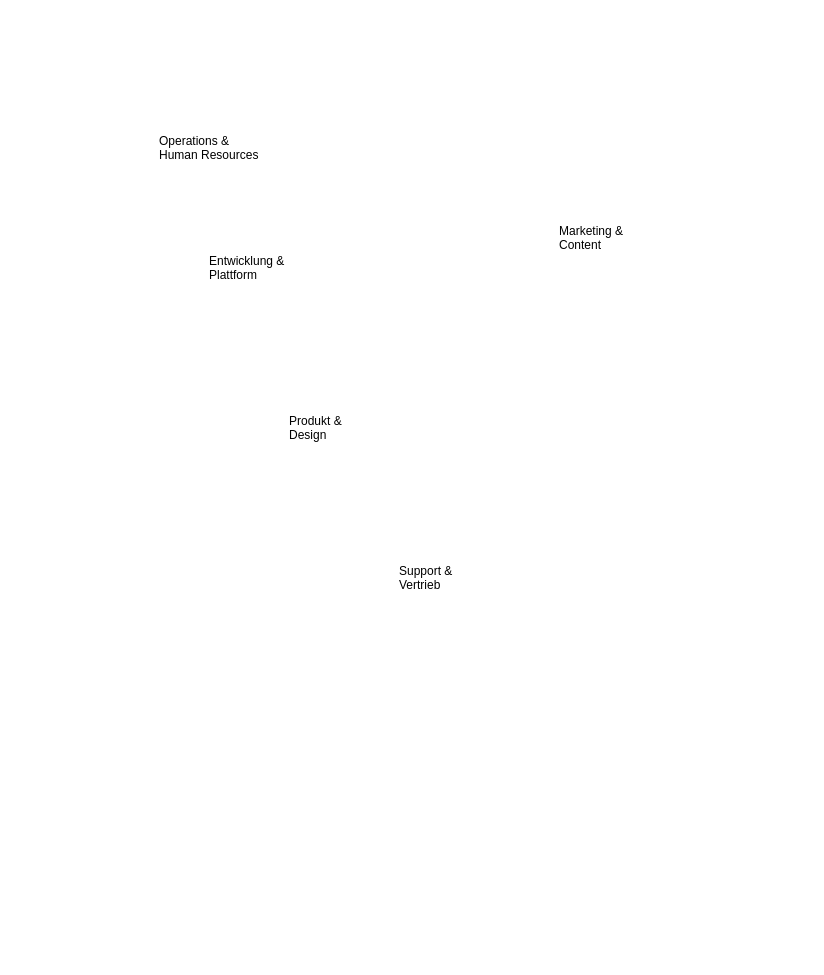
The draw.io diagram Başlıksız Diyagram.drawio in amurataksoy/Drafts, before the edit. Source tidied: cells renumbered, new cells numbered last; positions are measured from the earlier drawing's top-left corner, leaving out a move shared by most shapes. Both pictures are drawn from the tidied source at 100%, with x=0, y=0 at pixel (157, 127).
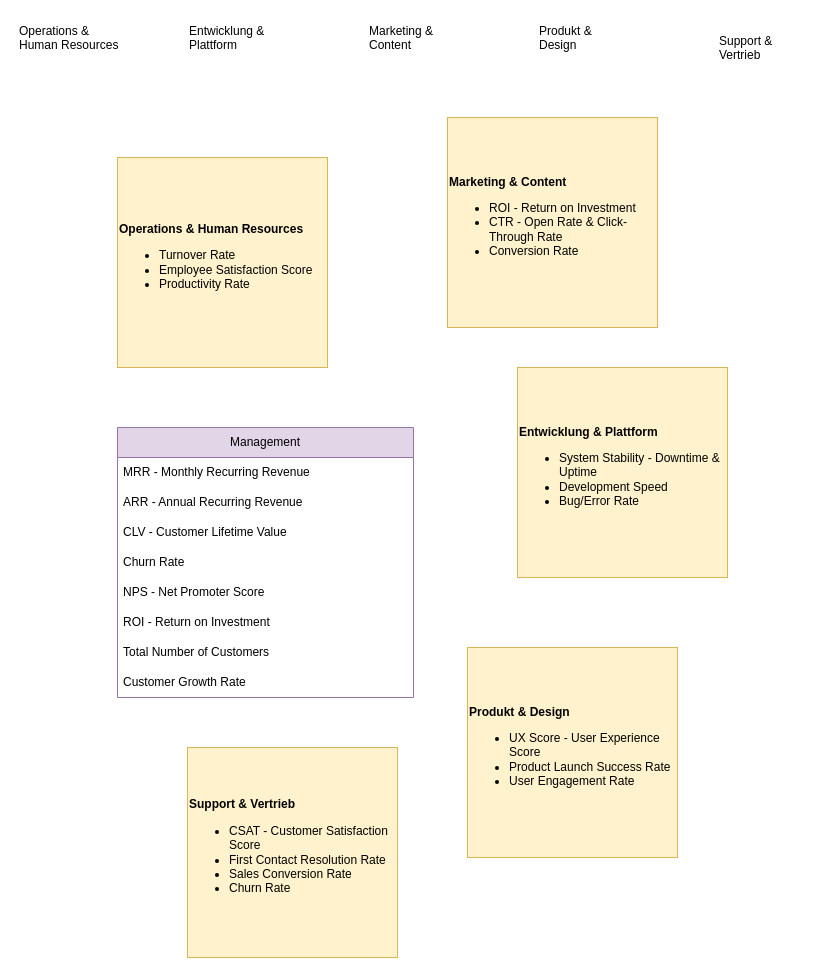
The same diagram, later.

Diff of the diagram source:
```diff
@@
     <mxCell id="2" value="Operations &amp; &#10;Human Resources" style="text;whiteSpace=wrap;html=1;" parent="1" vertex="1">
-      <mxGeometry width="130" height="50" as="geometry" />
+      <mxGeometry x="-140" y="-110" width="130" height="50" as="geometry" />
     </mxCell>
     <mxCell id="3" value="Entwicklung &amp; &#10;Plattform" style="text;whiteSpace=wrap;html=1;" parent="1" vertex="1">
-      <mxGeometry x="50" y="120" width="110" height="50" as="geometry" />
+      <mxGeometry x="30" y="-110" width="110" height="50" as="geometry" />
     </mxCell>
     <mxCell id="4" value="Produkt &amp; &#10;Design" style="text;whiteSpace=wrap;html=1;" parent="1" vertex="1">
-      <mxGeometry x="130" y="280" width="90" height="50" as="geometry" />
+      <mxGeometry x="380" y="-110" width="90" height="50" as="geometry" />
     </mxCell>
     <mxCell id="5" value="Support &amp; &#10;Vertrieb" style="text;whiteSpace=wrap;html=1;" parent="1" vertex="1">
-      <mxGeometry x="240" y="430" width="90" height="50" as="geometry" />
+      <mxGeometry x="560" y="-100" width="90" height="50" as="geometry" />
     </mxCell>
     <mxCell id="6" value="Marketing &amp; &#10;Content" style="text;whiteSpace=wrap;html=1;" parent="1" vertex="1">
-      <mxGeometry x="400" y="90" width="100" height="50" as="geometry" />
+      <mxGeometry x="210" y="-110" width="100" height="50" as="geometry" />
     </mxCell>
+    <mxCell id="7" value="Management" style="swimlane;fontStyle=0;horizontal=1;startSize=30;whiteSpace=wrap;html=1;fillColor=#e1d5e7;strokeColor=#9673a6;" parent="1" vertex="1">
+      <mxGeometry x="-40" y="300" width="296" height="270" as="geometry" />
+    </mxCell>
+    <mxCell id="8" value="MRR - Monthly Recurring Revenue" style="text;strokeColor=none;fillColor=none;align=left;verticalAlign=middle;spacingLeft=4;spacingRight=4;overflow=hidden;whiteSpace=wrap;html=1;" parent="7" vertex="1">
+      <mxGeometry y="30" width="296" height="30" as="geometry" />
+    </mxCell>
+    <mxCell id="9" value="ARR - Annual Recurring Revenue" style="text;strokeColor=none;fillColor=none;align=left;verticalAlign=middle;spacingLeft=4;spacingRight=4;overflow=hidden;whiteSpace=wrap;html=1;" parent="7" vertex="1">
+      <mxGeometry y="60" width="296" height="30" as="geometry" />
+    </mxCell>
+    <mxCell id="10" value="CLV - Customer Lifetime Value" style="text;strokeColor=none;fillColor=none;align=left;verticalAlign=middle;spacingLeft=4;spacingRight=4;overflow=hidden;whiteSpace=wrap;html=1;" parent="7" vertex="1">
+      <mxGeometry y="90" width="296" height="30" as="geometry" />
+    </mxCell>
+    <mxCell id="11" value="Churn Rate" style="text;strokeColor=none;fillColor=none;align=left;verticalAlign=middle;spacingLeft=4;spacingRight=4;overflow=hidden;whiteSpace=wrap;html=1;" parent="7" vertex="1">
+      <mxGeometry y="120" width="296" height="30" as="geometry" />
+    </mxCell>
+    <mxCell id="12" value="NPS - Net Promoter Score" style="text;strokeColor=none;fillColor=none;align=left;verticalAlign=middle;spacingLeft=4;spacingRight=4;overflow=hidden;whiteSpace=wrap;html=1;" parent="7" vertex="1">
+      <mxGeometry y="150" width="296" height="30" as="geometry" />
+    </mxCell>
+    <mxCell id="13" value="ROI - Return on Investment" style="text;strokeColor=none;fillColor=none;align=left;verticalAlign=middle;spacingLeft=4;spacingRight=4;overflow=hidden;whiteSpace=wrap;html=1;" parent="7" vertex="1">
+      <mxGeometry y="180" width="296" height="30" as="geometry" />
+    </mxCell>
+    <mxCell id="14" value="Total Number of Customers" style="text;strokeColor=none;fillColor=none;align=left;verticalAlign=middle;spacingLeft=4;spacingRight=4;overflow=hidden;whiteSpace=wrap;html=1;" parent="7" vertex="1">
+      <mxGeometry y="210" width="296" height="30" as="geometry" />
+    </mxCell>
+    <mxCell id="15" value="Customer Growth Rate" style="text;strokeColor=none;fillColor=none;align=left;verticalAlign=middle;spacingLeft=4;spacingRight=4;overflow=hidden;whiteSpace=wrap;html=1;" parent="7" vertex="1">
+      <mxGeometry y="240" width="296" height="30" as="geometry" />
+    </mxCell>
+    <mxCell id="16" value="&lt;div&gt;&lt;b&gt;&lt;span style=&quot;&quot;&gt;Operations &amp;amp;&amp;nbsp;&lt;/span&gt;&lt;span style=&quot;&quot;&gt;Human Resources&lt;/span&gt;&lt;/b&gt;&lt;/div&gt;&lt;div&gt;&lt;ul&gt;&lt;li style=&quot;&quot;&gt;&lt;span style=&quot;&quot;&gt;Turnover Rate&lt;/span&gt;&lt;/li&gt;&lt;li&gt;&lt;span style=&quot;&quot;&gt;Employee Satisfaction Score&lt;/span&gt;&lt;/li&gt;&lt;li style=&quot;&quot;&gt;&lt;span style=&quot;&quot;&gt;Productivity Rate&lt;/span&gt;&lt;/li&gt;&lt;/ul&gt;&lt;/div&gt;" style="whiteSpace=wrap;html=1;align=left;fillColor=#fff2cc;strokeColor=#d6b656;" parent="1" vertex="1">
+      <mxGeometry x="-40" y="30" width="210" height="210" as="geometry" />
+    </mxCell>
+    <mxCell id="17" value="&lt;div&gt;&lt;span style=&quot;background-color: initial;&quot;&gt;&lt;b&gt;Marketing &amp;amp; Content&lt;/b&gt;&lt;/span&gt;&lt;/div&gt;&lt;div&gt;&lt;ul&gt;&lt;li style=&quot;&quot;&gt;&lt;span style=&quot;background-color: initial;&quot;&gt;ROI - Return on Investment&lt;/span&gt;&lt;/li&gt;&lt;li style=&quot;&quot;&gt;&lt;span style=&quot;background-color: initial;&quot;&gt;CTR - Open Rate &amp;amp; Click-Through Rate&lt;/span&gt;&lt;/li&gt;&lt;li style=&quot;&quot;&gt;Conversion Rate&lt;/li&gt;&lt;/ul&gt;&lt;/div&gt;" style="whiteSpace=wrap;html=1;align=left;fillColor=#fff2cc;strokeColor=#d6b656;" parent="1" vertex="1">
+      <mxGeometry x="290" y="-10" width="210" height="210" as="geometry" />
+    </mxCell>
+    <mxCell id="18" value="&lt;div&gt;&lt;span style=&quot;background-color: initial;&quot;&gt;&lt;b&gt;Entwicklung &amp;amp; Plattform&lt;/b&gt;&lt;/span&gt;&lt;/div&gt;&lt;div&gt;&lt;ul&gt;&lt;li style=&quot;&quot;&gt;&lt;span style=&quot;background-color: initial;&quot;&gt;System Stability - Downtime &amp;amp; Uptime&lt;/span&gt;&lt;/li&gt;&lt;li style=&quot;&quot;&gt;&lt;span style=&quot;background-color: initial;&quot;&gt;Development Speed&lt;/span&gt;&lt;/li&gt;&lt;li style=&quot;&quot;&gt;Bug/Error Rate&lt;/li&gt;&lt;/ul&gt;&lt;/div&gt;" style="whiteSpace=wrap;html=1;align=left;fillColor=#fff2cc;strokeColor=#d6b656;" parent="1" vertex="1">
+      <mxGeometry x="360" y="240" width="210" height="210" as="geometry" />
+    </mxCell>
+    <mxCell id="19" value="&lt;div&gt;&lt;span style=&quot;background-color: initial;&quot;&gt;&lt;b&gt;Produkt &amp;amp; Design&lt;/b&gt;&lt;/span&gt;&lt;/div&gt;&lt;div&gt;&lt;ul&gt;&lt;li style=&quot;&quot;&gt;&lt;span style=&quot;background-color: initial;&quot;&gt;UX Score - User Experience Score&lt;/span&gt;&lt;/li&gt;&lt;li style=&quot;&quot;&gt;&lt;span style=&quot;background-color: initial;&quot;&gt;Product Launch Success Rate&lt;/span&gt;&lt;/li&gt;&lt;li style=&quot;&quot;&gt;User Engagement Rate&lt;/li&gt;&lt;/ul&gt;&lt;/div&gt;" style="whiteSpace=wrap;html=1;align=left;fillColor=#fff2cc;strokeColor=#d6b656;" parent="1" vertex="1">
+      <mxGeometry x="310" y="520" width="210" height="210" as="geometry" />
+    </mxCell>
+    <mxCell id="20" value="&lt;div&gt;&lt;span style=&quot;background-color: initial;&quot;&gt;&lt;b&gt;Support &amp;amp; Vertrieb&lt;/b&gt;&lt;/span&gt;&lt;/div&gt;&lt;div&gt;&lt;ul&gt;&lt;li style=&quot;&quot;&gt;&lt;span style=&quot;background-color: initial;&quot;&gt;CSAT - Customer Satisfaction Score&lt;/span&gt;&lt;/li&gt;&lt;li style=&quot;&quot;&gt;&lt;span style=&quot;background-color: initial;&quot;&gt;First Contact Resolution Rate&lt;/span&gt;&lt;/li&gt;&lt;li style=&quot;&quot;&gt;Sales Conversion Rate&lt;/li&gt;&lt;li style=&quot;&quot;&gt;Churn Rate&lt;/li&gt;&lt;/ul&gt;&lt;/div&gt;" style="whiteSpace=wrap;html=1;align=left;fillColor=#fff2cc;strokeColor=#d6b656;" parent="1" vertex="1">
+      <mxGeometry x="30" y="620" width="210" height="210" as="geometry" />
+    </mxCell>
```
